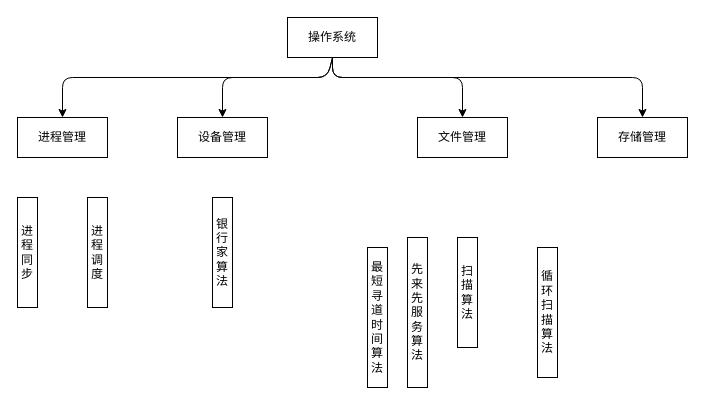
coderyjc/STDU-Curriculum keeps this draw.io diagram as OS/lab1/os.drawio. Above is the earlier version. Source tidied: cells renumbered, new cells numbered last; positions are measured from the earlier drawing's top-left corner, leaving out a move shared by most shapes. Both pictures are drawn from the tidied source at 100%, with x=0, y=0 at pixel (17, 17).
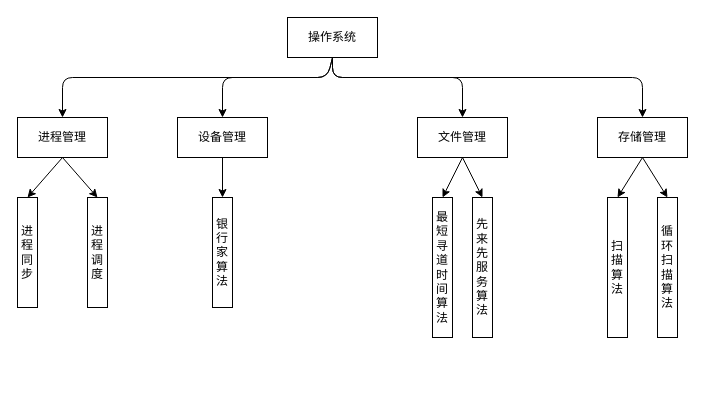
The same page after the edit.

The change refers to these unchanged cells:
```xml
<mxCell id="7" value="进程管理" style="whiteSpace=wrap;html=1;" parent="1" vertex="1">
  <mxGeometry y="100" width="90" height="40" as="geometry" />
</mxCell>
<mxCell id="8" value="设备管理" style="whiteSpace=wrap;html=1;" parent="1" vertex="1">
  <mxGeometry x="160" y="100" width="90" height="40" as="geometry" />
</mxCell>
<mxCell id="9" value="文件管理" style="whiteSpace=wrap;html=1;" parent="1" vertex="1">
  <mxGeometry x="400" y="100" width="90" height="40" as="geometry" />
</mxCell>
<mxCell id="10" value="存储管理" style="whiteSpace=wrap;html=1;" parent="1" vertex="1">
  <mxGeometry x="580" y="100" width="90" height="40" as="geometry" />
</mxCell>
<mxCell id="11" value="进程同步" style="whiteSpace=wrap;html=1;" parent="1" vertex="1">
  <mxGeometry y="180" width="20" height="110" as="geometry" />
</mxCell>
<mxCell id="12" value="进程调度" style="whiteSpace=wrap;html=1;" parent="1" vertex="1">
  <mxGeometry x="70" y="180" width="20" height="110" as="geometry" />
</mxCell>
<mxCell id="13" value="银行家算法" style="whiteSpace=wrap;html=1;" parent="1" vertex="1">
  <mxGeometry x="195" y="180" width="20" height="110" as="geometry" />
</mxCell>
```

The edit, as a diff of the source:
```diff
@@
+    <mxCell id="18" style="edgeStyle=none;html=1;exitX=0.5;exitY=1;exitDx=0;exitDy=0;entryX=0.5;entryY=0;entryDx=0;entryDy=0;" parent="1" edge="1" source="7" target="11">
+      <mxGeometry relative="1" as="geometry" />
+    </mxCell>
+    <mxCell id="19" style="edgeStyle=none;html=1;exitX=0.5;exitY=1;exitDx=0;exitDy=0;entryX=0.5;entryY=0;entryDx=0;entryDy=0;" parent="1" edge="1" source="7" target="12">
+      <mxGeometry relative="1" as="geometry" />
+    </mxCell>
@@
+    <mxCell id="20" style="edgeStyle=none;html=1;exitX=0.5;exitY=1;exitDx=0;exitDy=0;entryX=0.5;entryY=0;entryDx=0;entryDy=0;" parent="1" edge="1" source="8" target="13">
+      <mxGeometry relative="1" as="geometry" />
+    </mxCell>
@@
+    <mxCell id="21" style="edgeStyle=none;html=1;exitX=0.5;exitY=1;exitDx=0;exitDy=0;entryX=0.5;entryY=0;entryDx=0;entryDy=0;" parent="1" edge="1" source="9" target="17">
+      <mxGeometry relative="1" as="geometry" />
+    </mxCell>
+    <mxCell id="22" style="edgeStyle=none;html=1;exitX=0.5;exitY=1;exitDx=0;exitDy=0;entryX=0.5;entryY=0;entryDx=0;entryDy=0;" parent="1" edge="1" source="9" target="14">
+      <mxGeometry relative="1" as="geometry" />
+    </mxCell>
@@
+    <mxCell id="23" style="edgeStyle=none;html=1;exitX=0.5;exitY=1;exitDx=0;exitDy=0;entryX=0.5;entryY=0;entryDx=0;entryDy=0;" parent="1" edge="1" source="10" target="15">
+      <mxGeometry relative="1" as="geometry" />
+    </mxCell>
+    <mxCell id="24" style="edgeStyle=none;html=1;exitX=0.5;exitY=1;exitDx=0;exitDy=0;entryX=0.5;entryY=0;entryDx=0;entryDy=0;" parent="1" edge="1" source="10" target="16">
+      <mxGeometry relative="1" as="geometry" />
+    </mxCell>
@@
     <mxCell id="14" value="先来先服务算法" style="whiteSpace=wrap;html=1;" parent="1" vertex="1">
-      <mxGeometry x="390" y="220" width="20" height="150" as="geometry" />
+      <mxGeometry x="455" y="180" width="20" height="140" as="geometry" />
     </mxCell>
     <mxCell id="15" value="扫描算法" style="whiteSpace=wrap;html=1;" parent="1" vertex="1">
-      <mxGeometry x="440" y="220" width="20" height="110" as="geometry" />
+      <mxGeometry x="590" y="180" width="20" height="140" as="geometry" />
     </mxCell>
     <mxCell id="16" value="循环扫描算法" style="whiteSpace=wrap;html=1;" parent="1" vertex="1">
-      <mxGeometry x="520" y="230" width="20" height="130" as="geometry" />
+      <mxGeometry x="640" y="180" width="20" height="140" as="geometry" />
     </mxCell>
     <mxCell id="17" value="最短寻道时间算法" style="whiteSpace=wrap;html=1;" parent="1" vertex="1">
-      <mxGeometry x="350" y="230" width="20" height="140" as="geometry" />
+      <mxGeometry x="415" y="180" width="20" height="140" as="geometry" />
     </mxCell>
```
